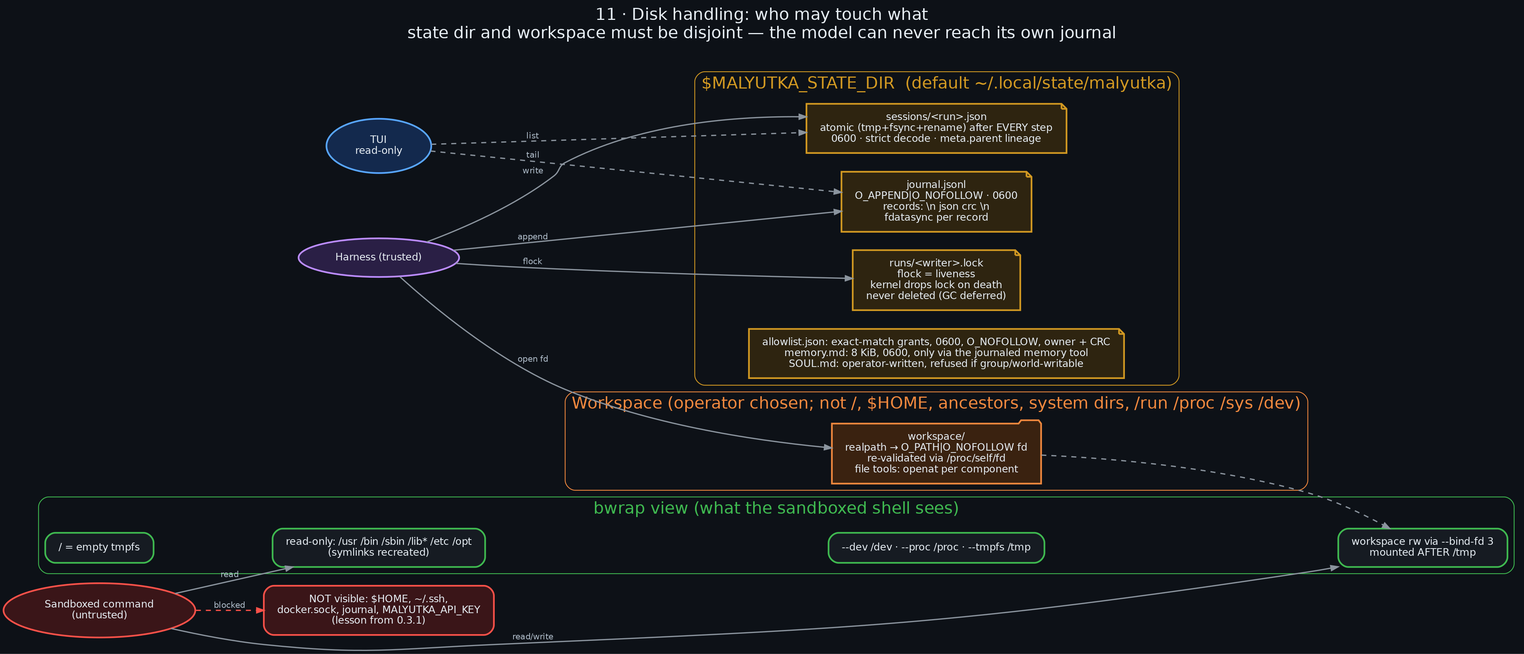
Before: docs/diagrams/11_disk_handling.png, a diagram exported from Graphviz (danindiana/malyutka). Its source is kept beside it as docs/diagrams/11_disk_handling.dot.
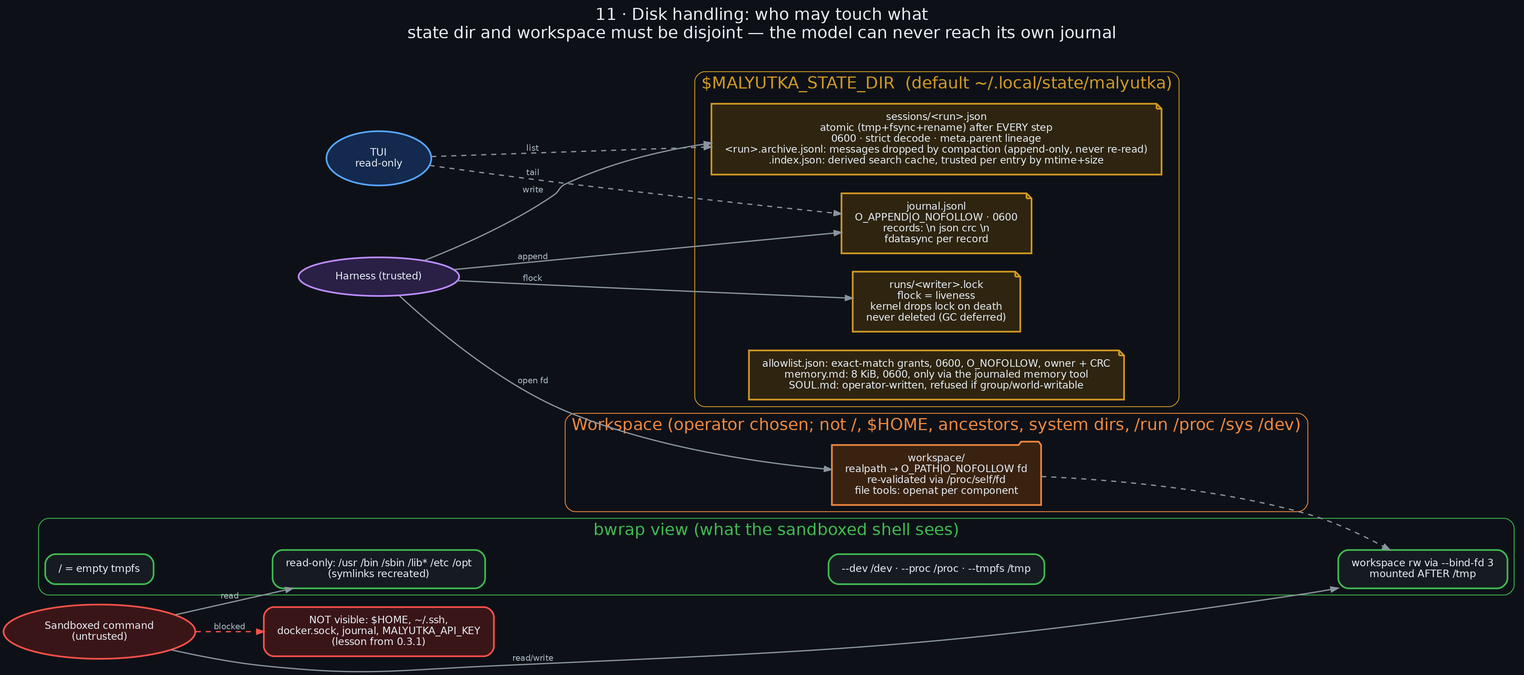
After the change.

Diff of the diagram source:
```diff
@@ -8,7 +8,7 @@
         label="$MALYUTKA_STATE_DIR  (default ~/.local/state/malyutka)"; fontcolor="#d29922"; color="#d29922"; style="rounded";
         journal [label="journal.jsonl\nO_APPEND|O_NOFOLLOW · 0600\nrecords: \\n json crc \\n\nfdatasync per record", shape=note, color="#d29922", fillcolor="#2e2410"];
         locks [label="runs/<writer>.lock\nflock = liveness\nkernel drops lock on death\nnever deleted (GC deferred)", shape=note, color="#d29922", fillcolor="#2e2410"];
-        sessions [label="sessions/<run>.json\natomic (tmp+fsync+rename) after EVERY step\n0600 · strict decode · meta.parent lineage", shape=note, color="#d29922", fillcolor="#2e2410"];
+        sessions [label="sessions/<run>.json\natomic (tmp+fsync+rename) after EVERY step\n0600 · strict decode · meta.parent lineage\n<run>.archive.jsonl: messages dropped by compaction (append-only, never re-read)\n.index.json: derived search cache, trusted per entry by mtime+size", shape=note, color="#d29922", fillcolor="#2e2410"];
         allow [label="allowlist.json: exact-match grants, 0600, O_NOFOLLOW, owner + CRC\nmemory.md: 8 KiB, 0600, only via the journaled memory tool\nSOUL.md: operator-written, refused if group/world-writable", shape=note, color="#d29922", fillcolor="#2e2410"];
     }
     subgraph cluster_ws {
```
